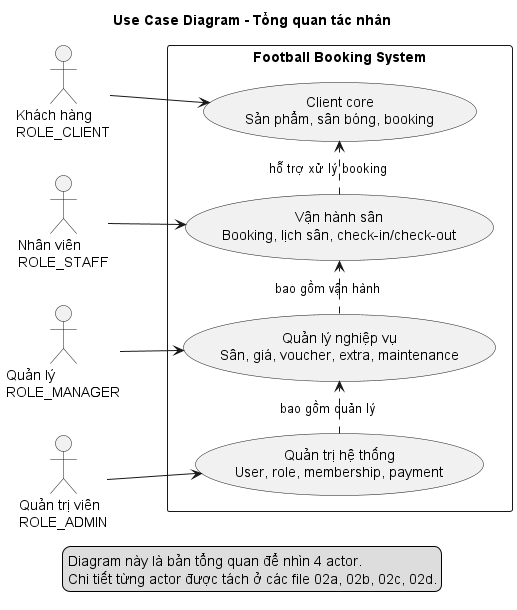
Before: docs/images/02-use-case-diagram/02-use-case-diagram.png, a diagram exported from PlantUML (KyAnhhh/football-booking-system).
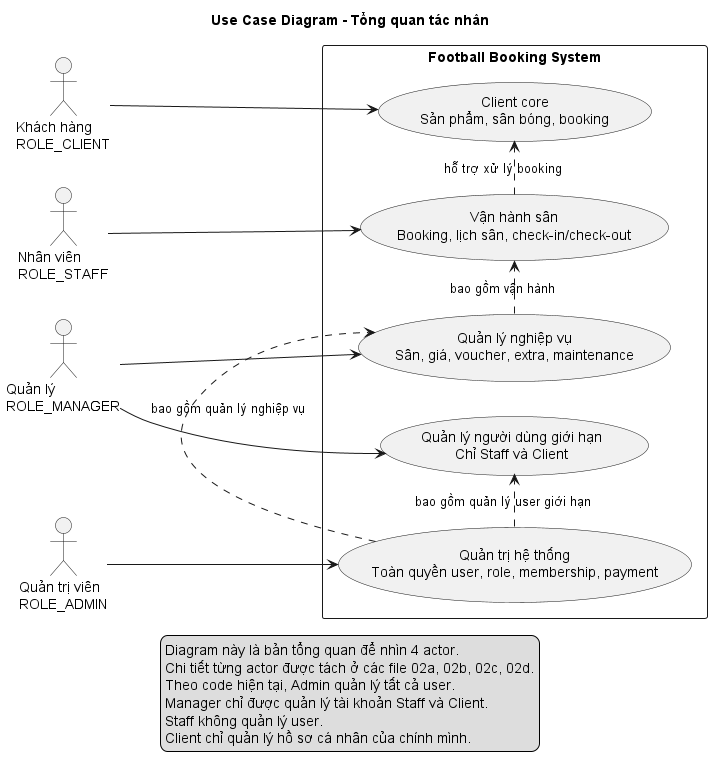
Later version of the same file.

What changed in the source:
```diff
@@ -13,21 +13,28 @@
   usecase "Client core\nSản phẩm, sân bóng, booking" as UC_CLIENT
   usecase "Vận hành sân\nBooking, lịch sân, check-in/check-out" as UC_STAFF
   usecase "Quản lý nghiệp vụ\nSân, giá, voucher, extra, maintenance" as UC_MANAGER
-  usecase "Quản trị hệ thống\nUser, role, membership, payment" as UC_ADMIN
+  usecase "Quản lý người dùng giới hạn\nChỉ Staff và Client" as UC_MANAGER_USER
+  usecase "Quản trị hệ thống\nToàn quyền user, role, membership, payment" as UC_ADMIN
 }
 
 CLIENT --> UC_CLIENT
 STAFF --> UC_STAFF
 MANAGER --> UC_MANAGER
+MANAGER --> UC_MANAGER_USER
 ADMIN --> UC_ADMIN
 
 UC_STAFF .> UC_CLIENT : hỗ trợ xử lý booking
 UC_MANAGER .> UC_STAFF : bao gồm vận hành
-UC_ADMIN .> UC_MANAGER : bao gồm quản lý
+UC_ADMIN .> UC_MANAGER : bao gồm quản lý nghiệp vụ
+UC_ADMIN .> UC_MANAGER_USER : bao gồm quản lý user giới hạn
 
 legend bottom
   Diagram này là bản tổng quan để nhìn 4 actor.
   Chi tiết từng actor được tách ở các file 02a, 02b, 02c, 02d.
+  Theo code hiện tại, Admin quản lý tất cả user.
+  Manager chỉ được quản lý tài khoản Staff và Client.
+  Staff không quản lý user.
+  Client chỉ quản lý hồ sơ cá nhân của chính mình.
 endlegend
 
 @enduml
```
